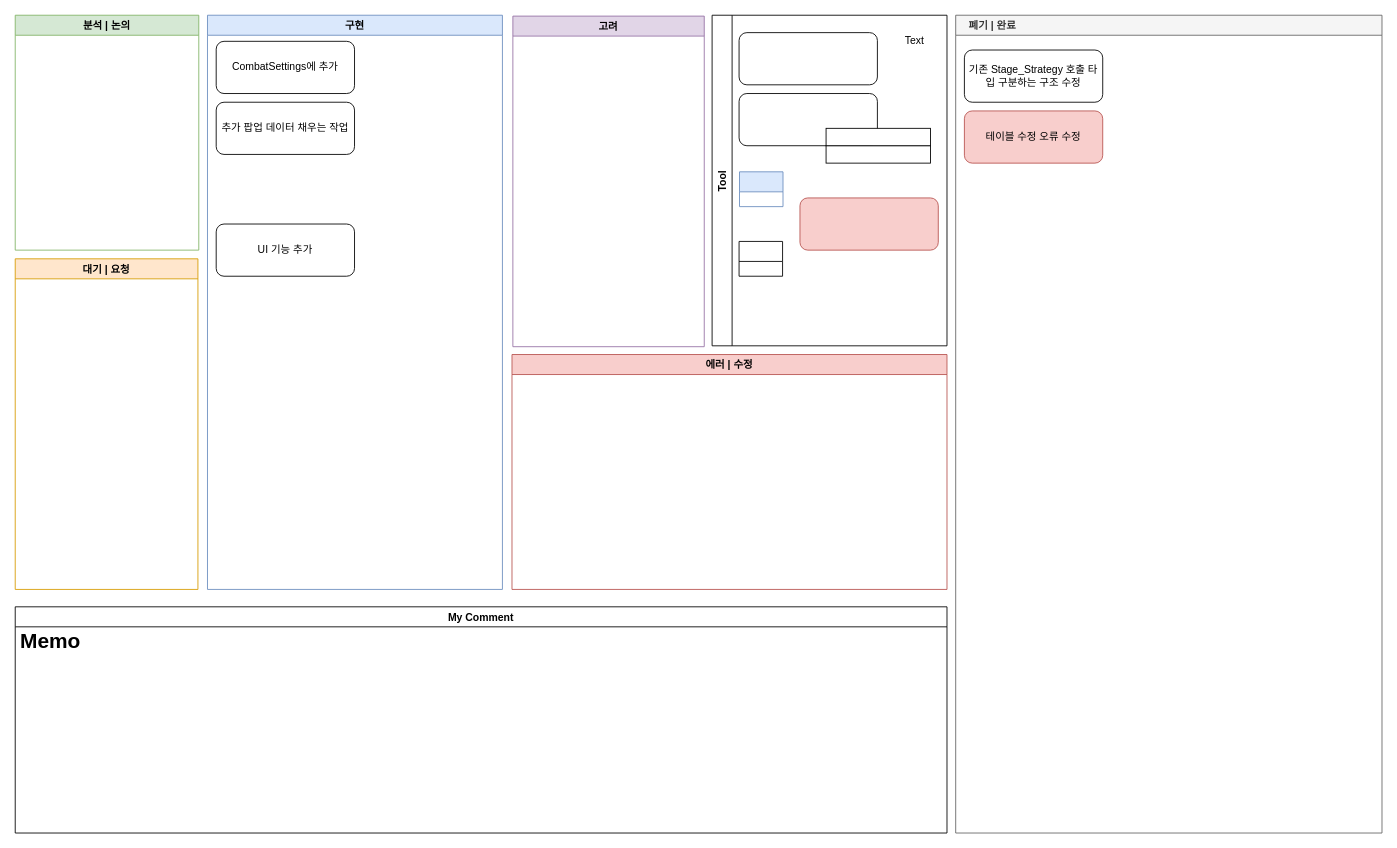
Before: 던전 추천 마도사 진행상황.drawio in Endorr/Job-Board, a draw.io diagram. Source tidied: cells renumbered, new cells numbered last; positions are measured from the earlier drawing's top-left corner, leaving out a move shared by most shapes. Both pictures are drawn from the tidied source at 87%, with x=0, y=0 at pixel (15, 15).
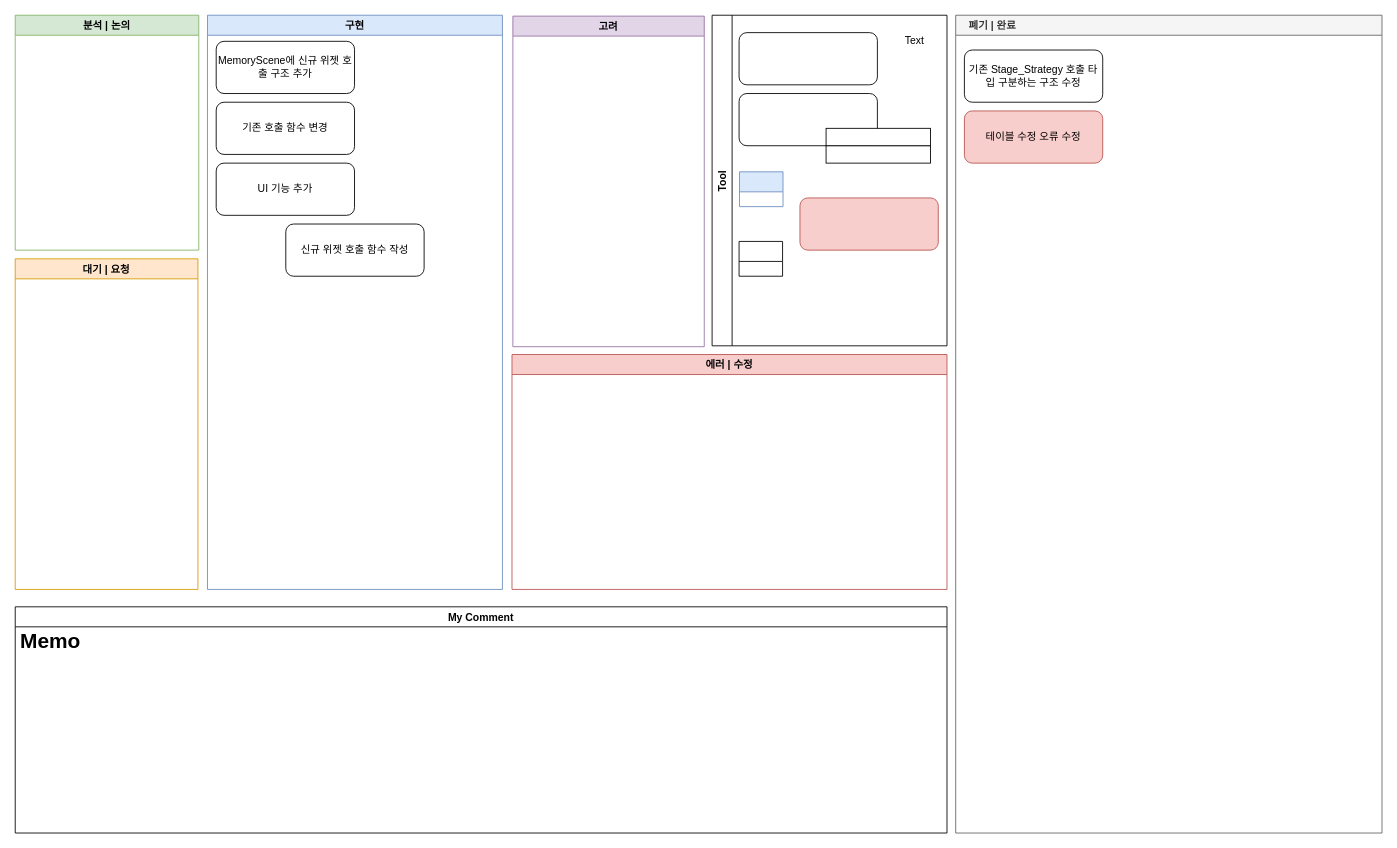
Above is the later version.

Commit message:
던전 추천 마도사 진행상황.drawio 업데이트

The change refers to these unchanged cells:
```xml
<mxCell id="2" value="구현" style="swimlane;fillColor=#dae8fc;strokeColor=#6c8ebf;" parent="1" vertex="1">
  <mxGeometry x="221" width="339" height="660" as="geometry" />
</mxCell>
```

Diff of the diagram source:
```diff
@@
-    <mxCell id="3" value="CombatSettings에 추가" style="rounded=1;whiteSpace=wrap;html=1;" parent="2" vertex="1">
+    <mxCell id="3" value="MemoryScene에 신규 위젯 호출 구조 추가" style="rounded=1;whiteSpace=wrap;html=1;" parent="2" vertex="1">
       <mxGeometry x="10" y="30" width="159" height="60" as="geometry" />
     </mxCell>
-    <mxCell id="4" value="추가 팝업 데이터 채우는 작업" style="rounded=1;whiteSpace=wrap;html=1;" parent="2" vertex="1">
-      <mxGeometry x="10" y="100" width="159" height="60" as="geometry" />
-    </mxCell>
     <mxCell id="5" value="UI 기능 추가" style="rounded=1;whiteSpace=wrap;html=1;" parent="2" vertex="1">
-      <mxGeometry x="10" y="240" width="159" height="60" as="geometry" />
+      <mxGeometry x="10" y="170" width="159" height="60" as="geometry" />
     </mxCell>
+    <mxCell id="25" value="기존 호출 함수 변경" style="rounded=1;whiteSpace=wrap;html=1;" parent="2" vertex="1">
+      <mxGeometry x="10" y="100" width="159" height="60" as="geometry" />
+    </mxCell>
+    <mxCell id="26" value="신규 위젯 호출 함수 작성" style="rounded=1;whiteSpace=wrap;html=1;" parent="2" vertex="1">
+      <mxGeometry x="90" y="240" width="159" height="60" as="geometry" />
+    </mxCell>
```
